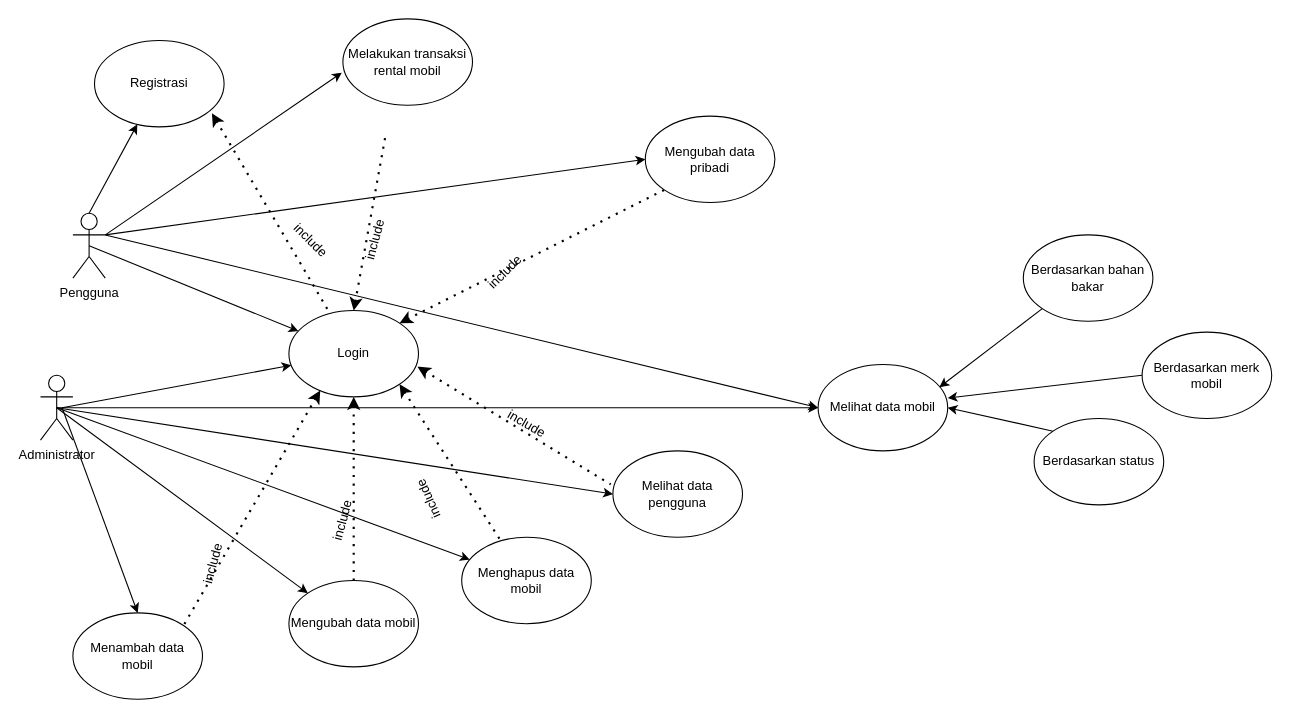
This is UTS.drawio from juanangelaalma/kelompok3_flutter, a draw.io file, before an edit. Source tidied: cells renumbered, new cells numbered last; positions are measured from the earlier drawing's top-left corner, leaving out a move shared by most shapes. Both pictures are drawn from the tidied source at 108%, with x=0, y=0 at pixel (40, 18).
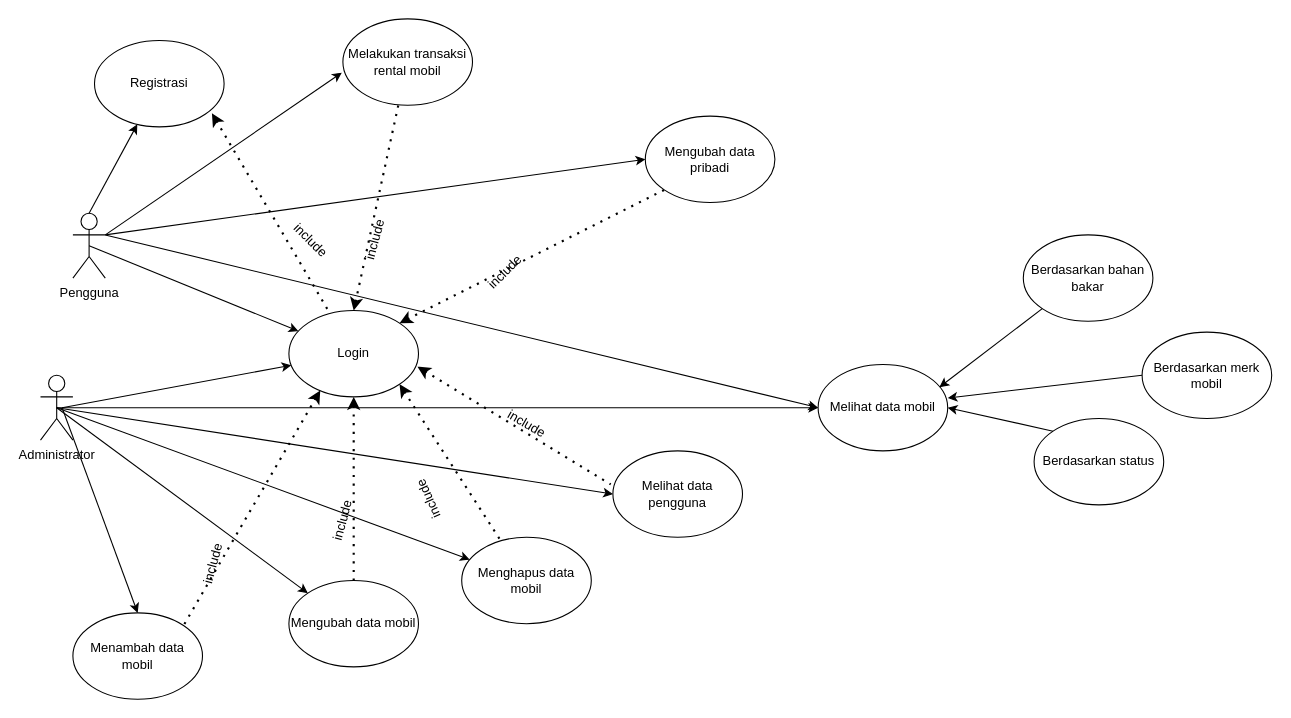
The same page after the edit.

Unchanged cells that the change refers to:
```xml
<mxCell id="4" value="Login" style="ellipse;whiteSpace=wrap;html=1;" parent="1" vertex="1">
  <mxGeometry x="230" y="270" width="120" height="80" as="geometry" />
</mxCell>
<mxCell id="6" value="Melakukan transaksi rental mobil" style="ellipse;whiteSpace=wrap;html=1;" parent="1" vertex="1">
  <mxGeometry x="280" width="120" height="80" as="geometry" />
</mxCell>
```

Change to the diagram source:
```diff
@@
-    <mxCell id="18" style="endArrow=none;dashed=1;html=1;dashPattern=1 3;strokeWidth=2;rounded=0;startArrow=classic;startFill=1;exitX=0.5;exitY=0;exitDx=0;exitDy=0;" parent="1" edge="1" source="4">
-      <mxGeometry relative="1" as="geometry">
-        <mxPoint x="320" y="105" as="targetPoint" />
-      </mxGeometry>
+    <mxCell id="18" style="endArrow=none;dashed=1;html=1;dashPattern=1 3;strokeWidth=2;rounded=0;startArrow=classic;startFill=1;exitX=0.5;exitY=0;exitDx=0;exitDy=0;" parent="1" edge="1" source="4" target="6">
+      <mxGeometry relative="1" as="geometry" />
     </mxCell>
```
